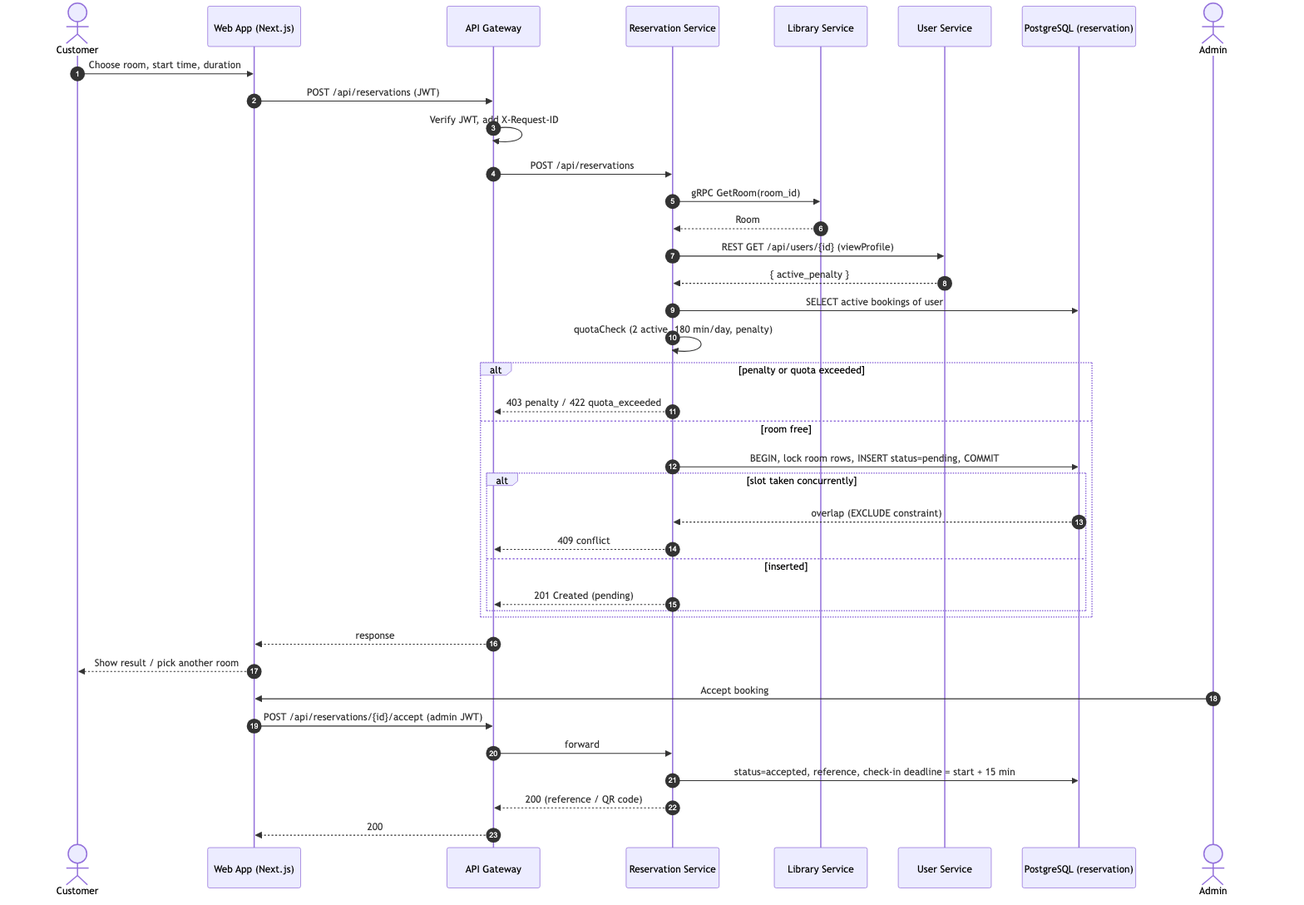
Mysterioucz/cu-seat-finder keeps this Mermaid diagram as docs/diagrams/seq-reserve-room.png. Above is the earlier version. Its source is kept beside it as docs/diagrams/seq-reserve-room.mmd.
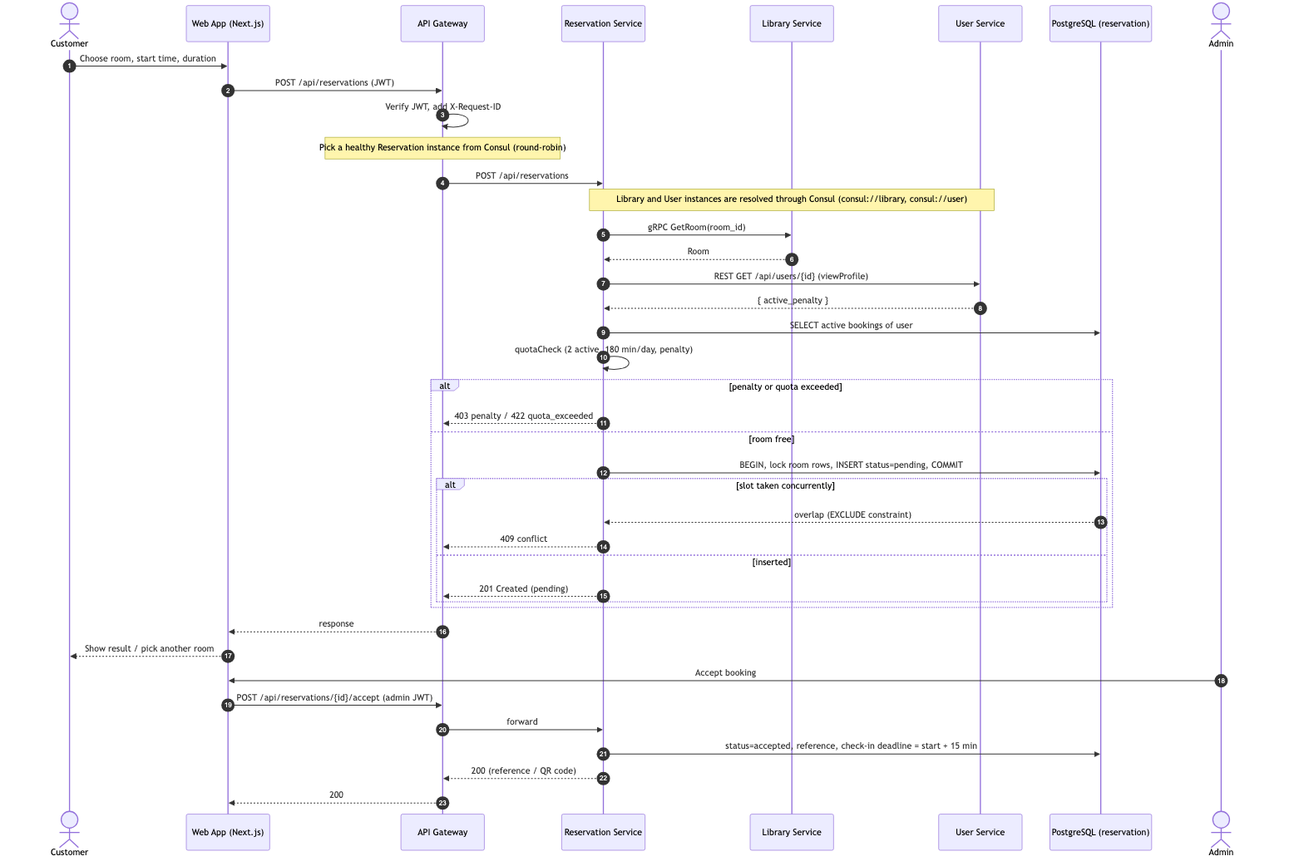
Above is the later version.

Commit message:
docs: add Consul registry to C4 and sequence diagrams

What changed in the source:
```diff
@@ -12,7 +12,9 @@
     C->>W: Choose room, start time, duration
     W->>G: POST /api/reservations (JWT)
     G->>G: Verify JWT, add X-Request-ID
+    Note over G: Pick a healthy Reservation instance from Consul (round-robin)
     G->>R: POST /api/reservations
+    Note over R,U: Library and User instances are resolved through Consul (consul://library, consul://user)
     R->>L: gRPC GetRoom(room_id)
     L-->>R: Room
     R->>U: REST GET /api/users/{id} (viewProfile)
```
